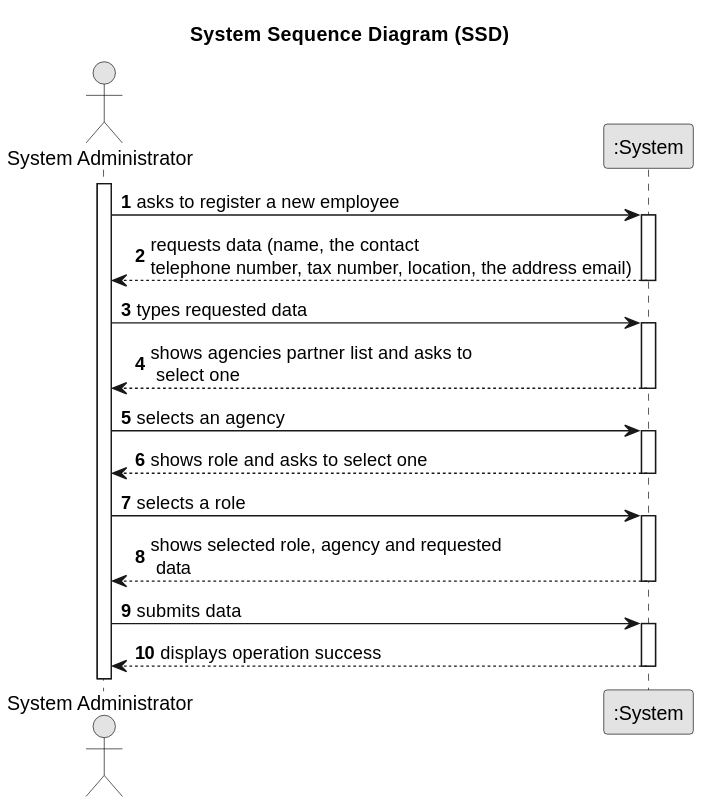
The PlantUML diagram docs/sprintB/us003/01.requirements-engineering/svg/us003-system-sequence-diagram.svg in rita-barbosa/LAPR2-2223, before a commit.
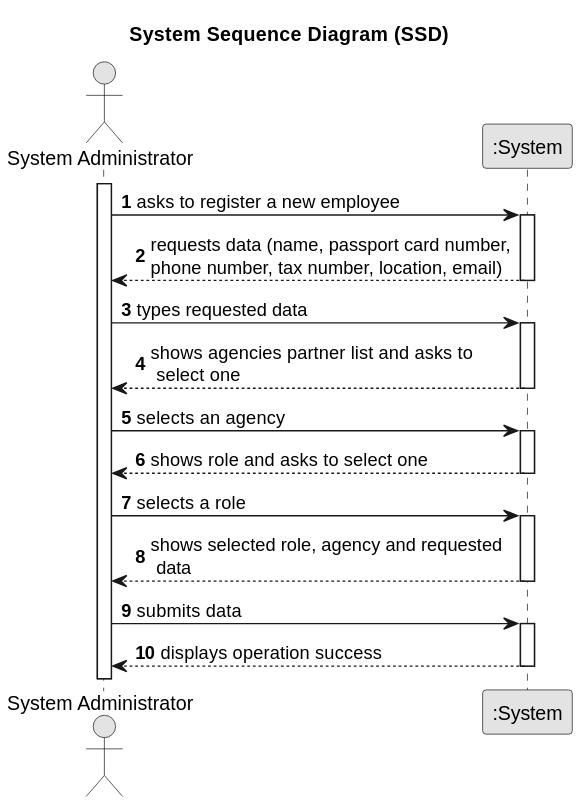
The same diagram one commit later.

The edit, as a diff of the source:
```diff
@@ -15,7 +15,7 @@
     Employee -> System : asks to register a new employee
     activate System
 
-        System --> Employee : requests data (name, the contact \ntelephone number, tax number, location, the address email)
+        System --> Employee : requests data (name, passport card number,\nphone number, tax number, location, email)
     deactivate System
 
     Employee -> System : types requested data
```
